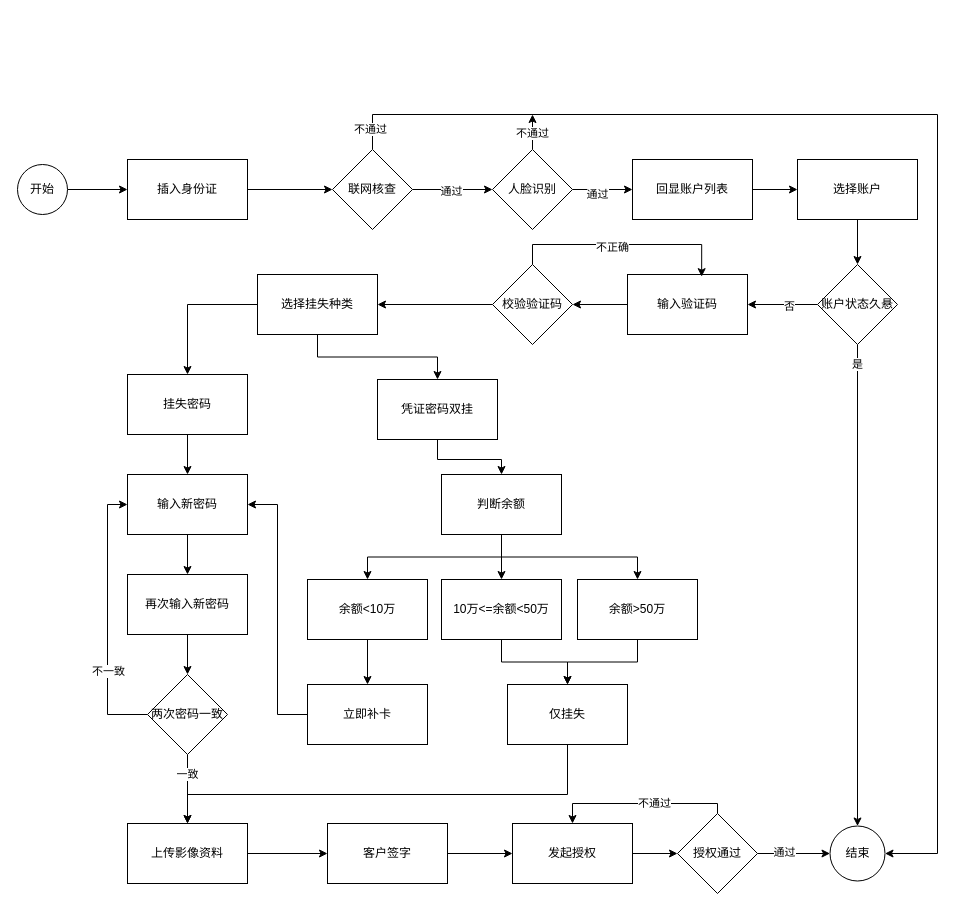
Before: flat/移动展业久悬销户.drawio in dadadahei/UML, a draw.io diagram. Source tidied: cells renumbered, new cells numbered last; positions are measured from the earlier drawing's top-left corner, leaving out a move shared by most shapes. Both pictures are drawn from the tidied source at 100%, with x=0, y=0 at pixel (17, 114).
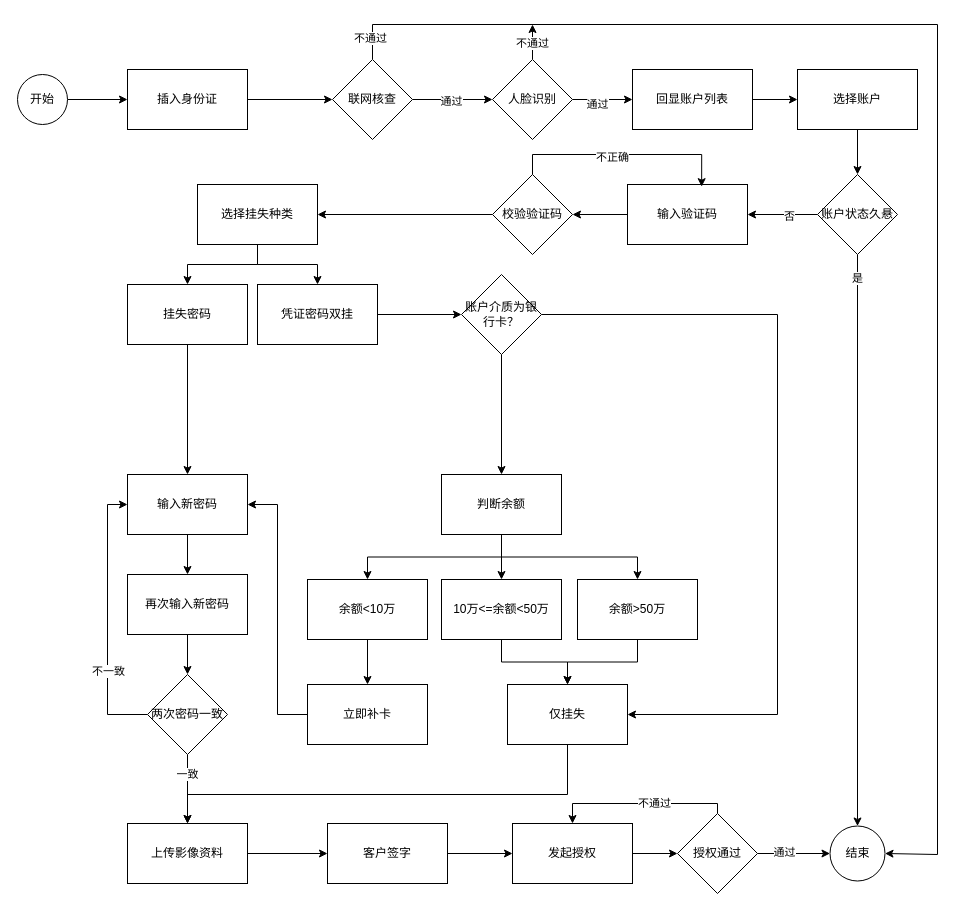
The same page after the edit.

Commit message:
更新移动展业久悬挂失-凭证判断.drawio

Unchanged cells that the change refers to:
```xml
<mxCell id="18" value="结束" style="ellipse;whiteSpace=wrap;html=1;" parent="1" vertex="1">
  <mxGeometry x="812.5" y="711.5" width="55" height="55" as="geometry" />
</mxCell>
<mxCell id="42" value="判断余额" style="whiteSpace=wrap;html=1;" parent="1" vertex="1">
  <mxGeometry x="424" y="360" width="120" height="60" as="geometry" />
</mxCell>
<mxCell id="63" value="仅挂失" style="whiteSpace=wrap;html=1;" parent="1" vertex="1">
  <mxGeometry x="490" y="570" width="120" height="60" as="geometry" />
</mxCell>
```

Change to the diagram source:
```diff
@@
     <mxCell id="3" value="开始" style="ellipse;whiteSpace=wrap;html=1;" parent="1" vertex="1">
-      <mxGeometry y="50" width="50" height="50" as="geometry" />
+      <mxGeometry y="-40" width="50" height="50" as="geometry" />
     </mxCell>
@@
     <mxCell id="5" value="插入身份证" style="whiteSpace=wrap;html=1;" parent="1" vertex="1">
-      <mxGeometry x="110" y="45" width="120" height="60" as="geometry" />
+      <mxGeometry x="110" y="-45" width="120" height="60" as="geometry" />
     </mxCell>
@@
     <mxCell id="8" style="edgeStyle=orthogonalEdgeStyle;rounded=0;jettySize=auto;html=1;entryX=1;entryY=0.5;entryDx=0;entryDy=0;" parent="1" edge="1" source="10" target="18">
       <mxGeometry relative="1" as="geometry">
         <Array as="points">
-          <mxPoint x="355" />
-          <mxPoint x="920" />
-          <mxPoint x="920" y="739" />
+          <mxPoint x="355" y="-90" />
+          <mxPoint x="920" y="-90" />
+          <mxPoint x="920" y="740" />
         </Array>
       </mxGeometry>
     </mxCell>
@@
     <mxCell id="10" value="联网核查" style="rhombus;whiteSpace=wrap;html=1;" parent="1" vertex="1">
-      <mxGeometry x="315" y="35" width="80" height="80" as="geometry" />
+      <mxGeometry x="315" y="-55" width="80" height="80" as="geometry" />
     </mxCell>
@@
     <mxCell id="13" style="edgeStyle=orthogonalEdgeStyle;rounded=0;jettySize=auto;html=1;" parent="1" edge="1" source="15">
       <mxGeometry relative="1" as="geometry">
-        <mxPoint x="515" as="targetPoint" />
+        <mxPoint x="515" y="-90" as="targetPoint" />
       </mxGeometry>
     </mxCell>
@@
     <mxCell id="15" value="人脸识别" style="rhombus;whiteSpace=wrap;html=1;" parent="1" vertex="1">
-      <mxGeometry x="475" y="35" width="80" height="80" as="geometry" />
+      <mxGeometry x="475" y="-55" width="80" height="80" as="geometry" />
     </mxCell>
@@
     <mxCell id="17" value="回显账户列表" style="whiteSpace=wrap;html=1;" parent="1" vertex="1">
-      <mxGeometry x="615" y="45" width="120" height="60" as="geometry" />
+      <mxGeometry x="615" y="-45" width="120" height="60" as="geometry" />
     </mxCell>
@@
     <mxCell id="20" value="输入验证码" style="whiteSpace=wrap;html=1;" parent="1" vertex="1">
-      <mxGeometry x="610" y="160" width="120" height="60" as="geometry" />
+      <mxGeometry x="610" y="70" width="120" height="60" as="geometry" />
     </mxCell>
@@
     <mxCell id="22" value="校验验证码" style="rhombus;whiteSpace=wrap;html=1;" parent="1" vertex="1">
-      <mxGeometry x="475" y="150" width="80" height="80" as="geometry" />
+      <mxGeometry x="475" y="60" width="80" height="80" as="geometry" />
     </mxCell>
@@
     <mxCell id="25" value="选择挂失种类" style="whiteSpace=wrap;html=1;" parent="1" vertex="1">
-      <mxGeometry x="240" y="160" width="120" height="60" as="geometry" />
+      <mxGeometry x="180" y="70" width="120" height="60" as="geometry" />
     </mxCell>
@@
     <mxCell id="27" value="挂失密码" style="whiteSpace=wrap;html=1;" parent="1" vertex="1">
-      <mxGeometry x="110" y="260" width="120" height="60" as="geometry" />
+      <mxGeometry x="110" y="170" width="120" height="60" as="geometry" />
     </mxCell>
-    <mxCell id="28" style="edgeStyle=orthogonalEdgeStyle;rounded=0;jettySize=auto;html=1;" parent="1" edge="1" source="29" target="42">
-      <mxGeometry relative="1" as="geometry" />
-    </mxCell>
+    <mxCell id="73" style="edgeStyle=orthogonalEdgeStyle;rounded=0;jettySize=auto;html=1;" parent="1" edge="1" source="29" target="76">
+      <mxGeometry relative="1" as="geometry" />
+    </mxCell>
     <mxCell id="29" value="凭证密码双挂" style="whiteSpace=wrap;html=1;" parent="1" vertex="1">
-      <mxGeometry x="360" y="265" width="120" height="60" as="geometry" />
+      <mxGeometry x="240" y="170" width="120" height="60" as="geometry" />
     </mxCell>
@@
     <mxCell id="65" value="选择账户" style="whiteSpace=wrap;html=1;" parent="1" vertex="1">
-      <mxGeometry x="780" y="45" width="120" height="60" as="geometry" />
+      <mxGeometry x="780" y="-45" width="120" height="60" as="geometry" />
     </mxCell>
@@
     <mxCell id="70" value="账户状态久悬" style="rhombus;whiteSpace=wrap;html=1;" parent="1" vertex="1">
-      <mxGeometry x="800" y="150" width="80" height="80" as="geometry" />
+      <mxGeometry x="800" y="60" width="80" height="80" as="geometry" />
     </mxCell>
     <mxCell id="71" style="edgeStyle=orthogonalEdgeStyle;rounded=0;jettySize=auto;html=1;entryX=0.618;entryY=0.036;entryDx=0;entryDy=0;entryPerimeter=0;" parent="1" edge="1" source="22" target="20">
       <mxGeometry relative="1" as="geometry">
         <Array as="points">
-          <mxPoint x="515" y="130" />
-          <mxPoint x="684" y="130" />
+          <mxPoint x="515" y="40" />
+          <mxPoint x="684" y="40" />
         </Array>
       </mxGeometry>
     </mxCell>
@@
+    <mxCell id="74" style="edgeStyle=orthogonalEdgeStyle;rounded=0;jettySize=auto;html=1;" parent="1" edge="1" source="76" target="42">
+      <mxGeometry relative="1" as="geometry" />
+    </mxCell>
+    <mxCell id="75" style="edgeStyle=orthogonalEdgeStyle;rounded=0;jettySize=auto;html=1;entryX=1;entryY=0.5;entryDx=0;entryDy=0;" parent="1" edge="1" source="76" target="63">
+      <mxGeometry relative="1" as="geometry">
+        <Array as="points">
+          <mxPoint x="760" y="200" />
+          <mxPoint x="760" y="600" />
+        </Array>
+      </mxGeometry>
+    </mxCell>
+    <mxCell id="76" value="账户介质为银行卡？" style="rhombus;whiteSpace=wrap;html=1;" parent="1" vertex="1">
+      <mxGeometry x="444" y="160" width="80" height="80" as="geometry" />
+    </mxCell>
```
